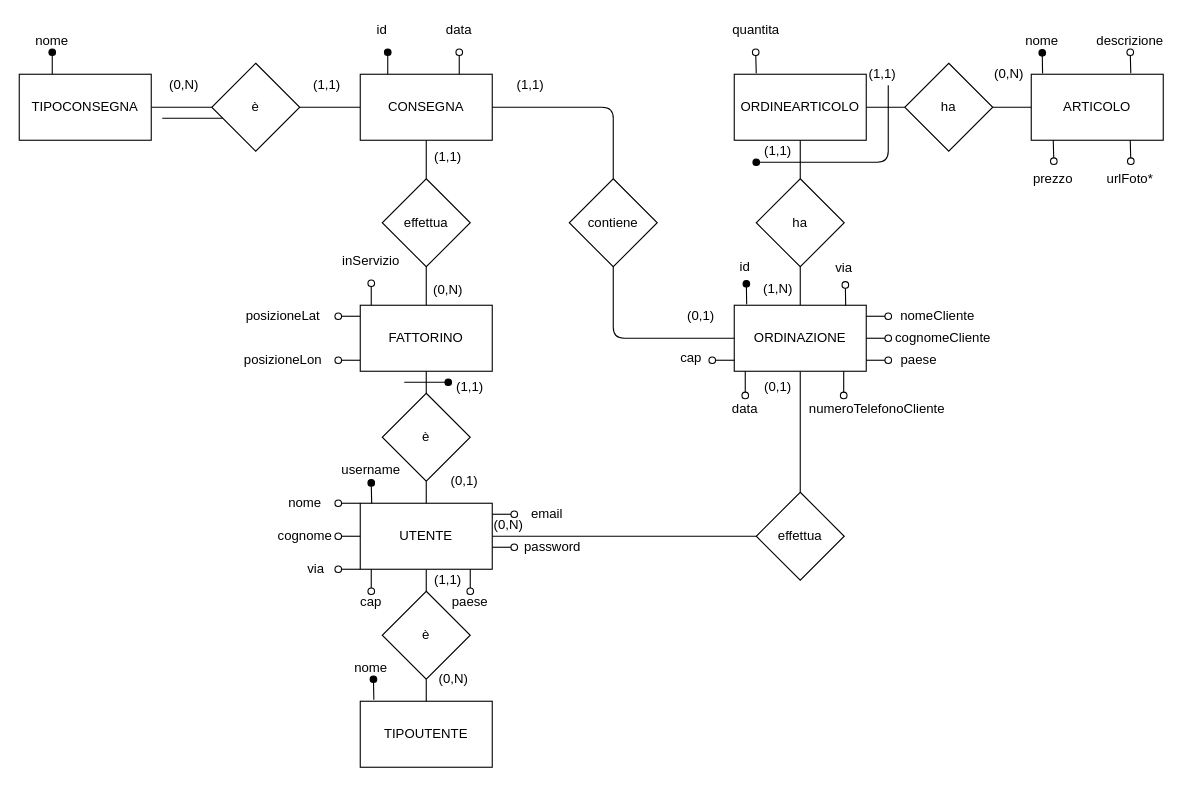
Before: media/DB/ER_DB_PizzaDelivery.drawio in JariNaeser/PizzaDelivery, a draw.io diagram. Source tidied: cells renumbered, new cells numbered last; positions are measured from the earlier drawing's top-left corner, leaving out a move shared by most shapes. Both pictures are drawn from the tidied source at 110%, with x=0, y=0 at pixel (19, 19).
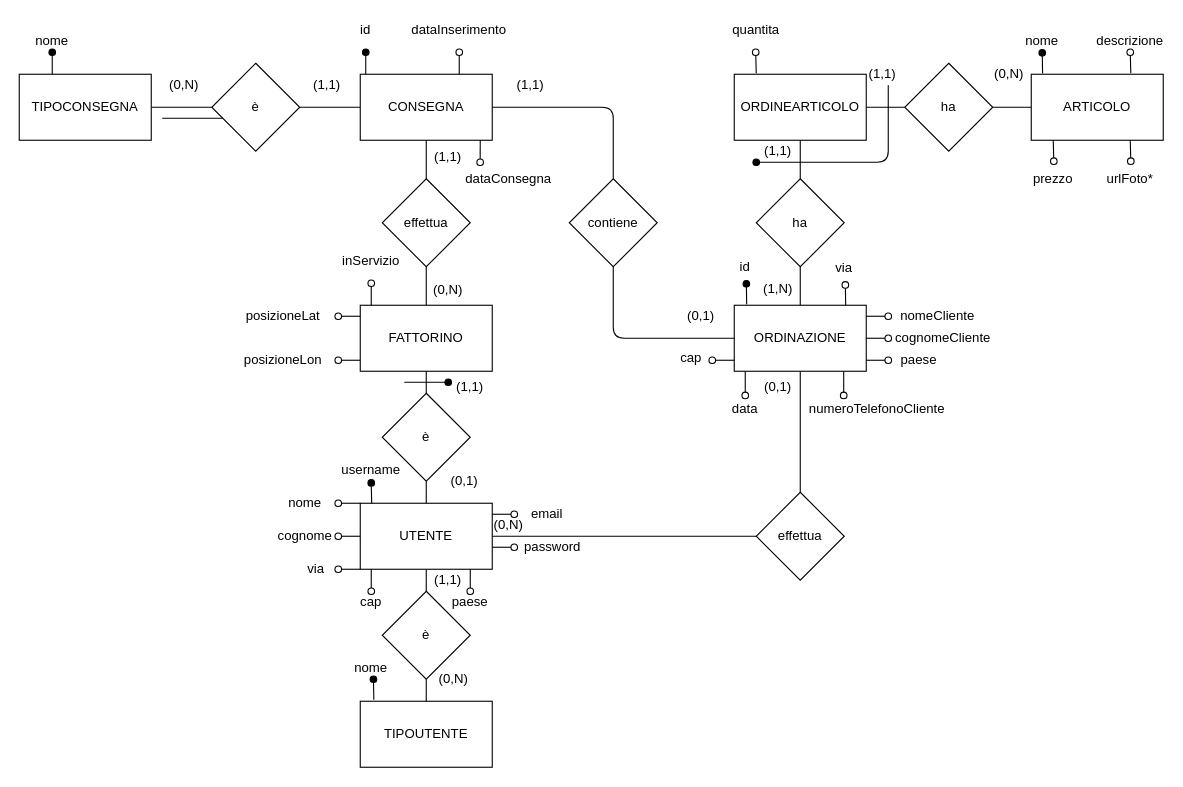
The same diagram, later.

The change refers to these unchanged cells:
```xml
<mxCell id="10" value="CONSEGNA" style="rounded=0;whiteSpace=wrap;html=1;" parent="1" vertex="1">
  <mxGeometry x="310" y="50" width="120" height="60" as="geometry" />
</mxCell>
```

What changed in the source:
```diff
@@
     <mxCell id="32" style="endArrow=oval;html=1;endFill=1;" parent="1" edge="1">
       <mxGeometry relative="1" as="geometry">
-        <mxPoint x="335" y="50" as="sourcePoint" />
-        <mxPoint x="335" y="30" as="targetPoint" />
+        <mxPoint x="315" y="50" as="sourcePoint" />
+        <mxPoint x="315" y="30" as="targetPoint" />
         <Array as="points">
-          <mxPoint x="335" y="30" />
+          <mxPoint x="315" y="30" />
         </Array>
       </mxGeometry>
     </mxCell>
@@
     <mxCell id="41" value="id" style="text;html=1;strokeColor=none;fillColor=none;align=center;verticalAlign=middle;whiteSpace=wrap;rounded=0;" parent="1" vertex="1">
-      <mxGeometry x="320" width="20" height="20" as="geometry" />
+      <mxGeometry x="304.5" width="20" height="20" as="geometry" />
     </mxCell>
     <mxCell id="42" style="endArrow=oval;html=1;endFill=0;" parent="1" edge="1">
       <mxGeometry relative="1" as="geometry">
         <mxPoint x="400" y="50" as="sourcePoint" />
         <mxPoint x="400" y="30" as="targetPoint" />
-        <Array as="points">
-          <mxPoint x="400" y="30" />
-        </Array>
       </mxGeometry>
     </mxCell>
-    <mxCell id="43" value="data" style="text;html=1;strokeColor=none;fillColor=none;align=center;verticalAlign=middle;whiteSpace=wrap;rounded=0;" parent="1" vertex="1">
+    <mxCell id="43" value="dataInserimento" style="text;html=1;strokeColor=none;fillColor=none;align=center;verticalAlign=middle;whiteSpace=wrap;rounded=0;" parent="1" vertex="1">
       <mxGeometry x="380" width="40" height="20" as="geometry" />
     </mxCell>
@@
+    <mxCell id="109" style="endArrow=oval;html=1;endFill=0;exitX=0.909;exitY=1.001;exitDx=0;exitDy=0;exitPerimeter=0;" parent="1" edge="1" source="10">
+      <mxGeometry relative="1" as="geometry">
+        <mxPoint x="419" y="130" as="targetPoint" />
+      </mxGeometry>
+    </mxCell>
+    <mxCell id="110" value="dataConsegna" style="text;html=1;strokeColor=none;fillColor=none;align=center;verticalAlign=middle;whiteSpace=wrap;rounded=0;" parent="1" vertex="1">
+      <mxGeometry x="424.5" y="135" width="40" height="20" as="geometry" />
+    </mxCell>
```
